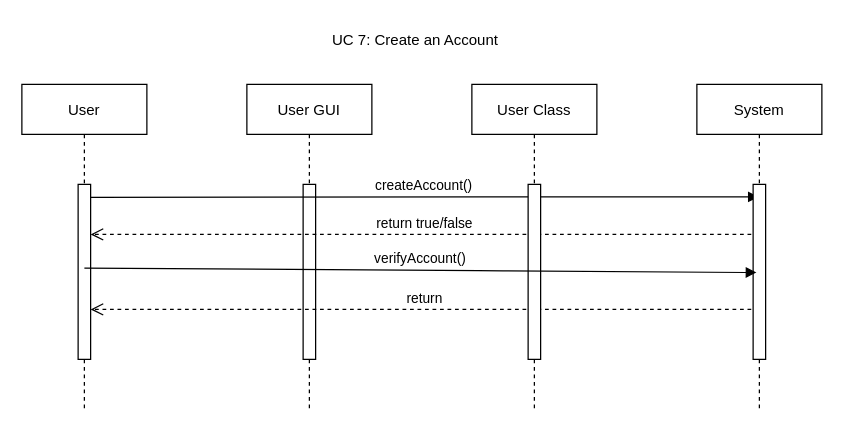
aarison/cpsc430 keeps this draw.io diagram as Iteration 1 UC 7 SQD.drawio. Above is the earlier version. Source tidied: cells renumbered, new cells numbered last; positions are measured from the earlier drawing's top-left corner, leaving out a move shared by most shapes. Both pictures are drawn from the tidied source at 125%, with x=0, y=0 at pixel (21, 21).
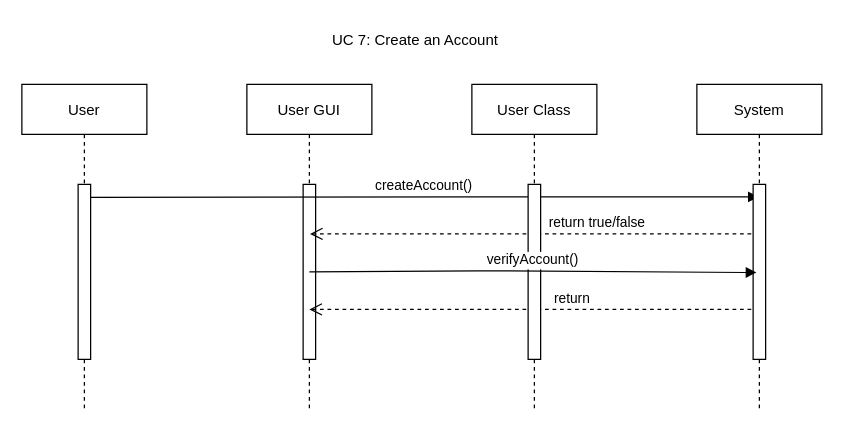
The same diagram, later.

The change refers to these unchanged cells:
```xml
<mxCell id="3" style="points=[];perimeter=orthogonalPerimeter;rounded=0;shadow=0;strokeWidth=1;" parent="2" vertex="1">
  <mxGeometry x="45" y="80" width="10" height="140" as="geometry" />
</mxCell>
<mxCell id="4" value="User GUI" style="shape=umlLifeline;perimeter=lifelinePerimeter;rounded=0;shadow=0;strokeWidth=1;" parent="1" vertex="1">
  <mxGeometry x="180" y="50" width="100" height="260" as="geometry" />
</mxCell>
<mxCell id="11" value="System" style="shape=umlLifeline;perimeter=lifelinePerimeter;rounded=0;shadow=0;strokeWidth=1;" parent="1" vertex="1">
  <mxGeometry x="540" y="50" width="100" height="260" as="geometry" />
</mxCell>
<mxCell id="12" style="points=[];perimeter=orthogonalPerimeter;rounded=0;shadow=0;strokeWidth=1;" parent="11" vertex="1">
  <mxGeometry x="45" y="80" width="10" height="140" as="geometry" />
</mxCell>
```

Diff of the diagram source:
```diff
@@
     <mxCell id="6" value="return" style="verticalAlign=bottom;endArrow=open;dashed=1;endSize=8;shadow=0;strokeWidth=1;" parent="4" edge="1">
-      <mxGeometry relative="1" as="geometry">
+      <mxGeometry x="-0.17" relative="1" as="geometry">
         <mxPoint x="409.5" y="180" as="sourcePoint" />
-        <mxPoint x="-125" y="180" as="targetPoint" />
-        <Array as="points">
-          <mxPoint x="-80" y="180" />
-        </Array>
+        <mxPoint x="50" y="180" as="targetPoint" />
       </mxGeometry>
     </mxCell>
-    <mxCell id="7" value="return true/false" style="verticalAlign=bottom;endArrow=open;dashed=1;endSize=8;shadow=0;strokeWidth=1;" parent="1" edge="1" source="11" target="3">
-      <mxGeometry relative="1" as="geometry">
-        <Array as="points">
-          <mxPoint x="100" y="170" />
-        </Array>
-      </mxGeometry>
+    <mxCell id="7" value="return true/false" style="verticalAlign=bottom;endArrow=open;dashed=1;endSize=8;shadow=0;strokeWidth=1;entryX=0.505;entryY=0.46;entryDx=0;entryDy=0;entryPerimeter=0;" parent="1" edge="1" source="11" target="4">
+      <mxGeometry x="-0.28" relative="1" as="geometry" />
     </mxCell>
@@
     <mxCell id="13" value="verifyAccount()" style="verticalAlign=bottom;endArrow=block;shadow=0;strokeWidth=1;entryX=0.264;entryY=0.504;entryDx=0;entryDy=0;entryPerimeter=0;" parent="1" edge="1" target="12">
       <mxGeometry relative="1" as="geometry">
-        <mxPoint x="50" y="197" as="sourcePoint" />
+        <mxPoint x="230" y="200" as="sourcePoint" />
         <Array as="points">
           <mxPoint x="375" y="199.1" />
         </Array>
       </mxGeometry>
     </mxCell>
```
